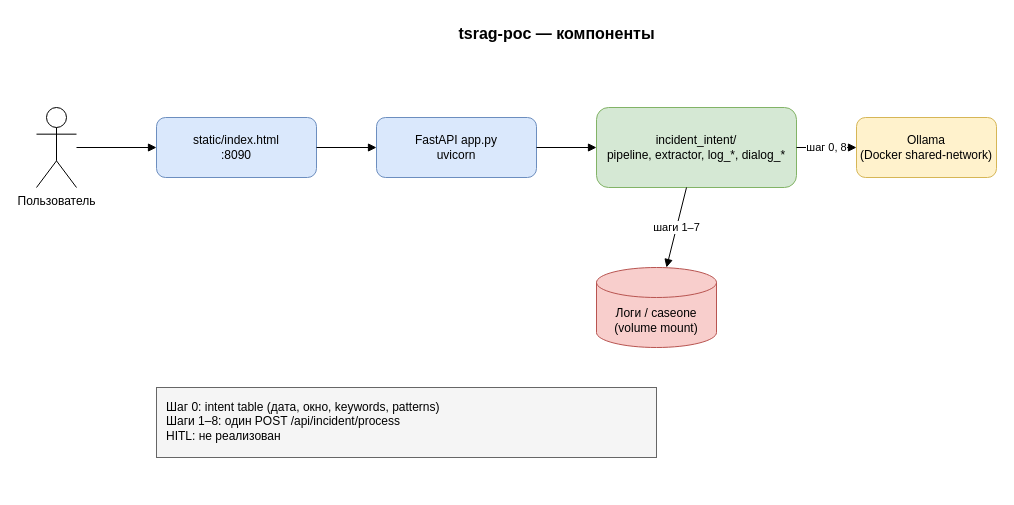
Earlier version of the draw.io diagram page "Обзор архитектуры" (3 of 4) of docs/tsrag-poc-sequence.drawio (pillhunt/tsrag-poc). Source tidied: cells renumbered, new cells numbered last; positions are measured from the earlier drawing's top-left corner, leaving out a move shared by most shapes. Both pictures are drawn from the tidied source at 100%, with x=0, y=0 at pixel (36, 17).
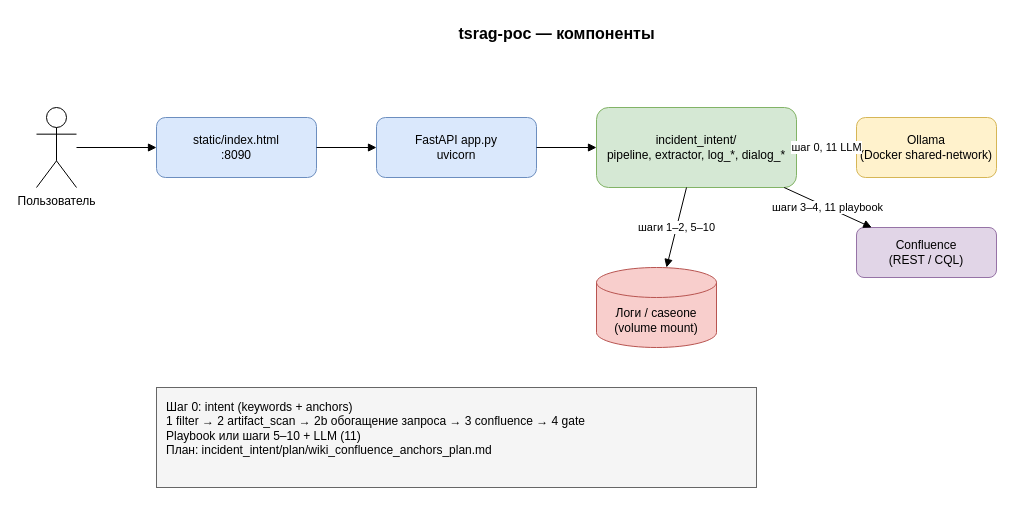
Above is the later version.

What changed in the source:
```diff
@@
 <mxGraphModel>
   <root>
     <mxCell id="0" />
     <mxCell id="1" parent="0" />
     <mxCell id="2" value="tsrag-poc — компоненты" style="text;html=1;strokeColor=none;fillColor=none;align=center;fontStyle=1;fontSize=16;" parent="1" vertex="1">
       <mxGeometry x="320" width="400" height="30" as="geometry" />
     </mxCell>
     <mxCell id="3" value="Пользователь" style="shape=umlActor;verticalLabelPosition=bottom;verticalAlign=top;html=1;" parent="1" vertex="1">
       <mxGeometry y="90" width="40" height="80" as="geometry" />
     </mxCell>
     <mxCell id="4" value="static/index.html&#10;:8090" style="rounded=1;whiteSpace=wrap;html=1;fillColor=#dae8fc;strokeColor=#6c8ebf;" parent="1" vertex="1">
       <mxGeometry x="120" y="100" width="160" height="60" as="geometry" />
     </mxCell>
     <mxCell id="5" value="FastAPI app.py&#10;uvicorn" style="rounded=1;whiteSpace=wrap;html=1;fillColor=#dae8fc;strokeColor=#6c8ebf;" parent="1" vertex="1">
       <mxGeometry x="340" y="100" width="160" height="60" as="geometry" />
     </mxCell>
     <mxCell id="6" value="incident_intent/&#10;pipeline, extractor, log_*, dialog_*" style="rounded=1;whiteSpace=wrap;html=1;fillColor=#d5e8d4;strokeColor=#82b366;" parent="1" vertex="1">
       <mxGeometry x="560" y="90" width="200" height="80" as="geometry" />
     </mxCell>
     <mxCell id="7" value="Ollama&#10;(Docker shared-network)" style="rounded=1;whiteSpace=wrap;html=1;fillColor=#fff2cc;strokeColor=#d6b656;" parent="1" vertex="1">
       <mxGeometry x="820" y="100" width="140" height="60" as="geometry" />
     </mxCell>
+    <mxCell id="15" value="Confluence&#10;(REST / CQL)" style="rounded=1;whiteSpace=wrap;html=1;fillColor=#e1d5e7;strokeColor=#9673a6;" parent="1" vertex="1">
+      <mxGeometry x="820" y="210" width="140" height="50" as="geometry" />
+    </mxCell>
     <mxCell id="8" value="Логи / caseone&#10;(volume mount)" style="shape=cylinder3;whiteSpace=wrap;html=1;boundedLbl=1;backgroundOutline=1;size=15;fillColor=#f8cecc;strokeColor=#b85450;" parent="1" vertex="1">
       <mxGeometry x="560" y="250" width="120" height="80" as="geometry" />
     </mxCell>
     <mxCell id="9" style="endArrow=block;html=1;" parent="1" edge="1" source="3" target="4">
       <mxGeometry relative="1" as="geometry" />
     </mxCell>
     <mxCell id="10" style="endArrow=block;html=1;" parent="1" edge="1" source="4" target="5">
       <mxGeometry relative="1" as="geometry" />
     </mxCell>
     <mxCell id="11" style="endArrow=block;html=1;" parent="1" edge="1" source="5" target="6">
       <mxGeometry relative="1" as="geometry" />
     </mxCell>
-    <mxCell id="12" value="шаг 0, 8" style="endArrow=block;html=1;" parent="1" edge="1" source="6" target="7">
+    <mxCell id="12" value="шаг 0, 11 LLM" style="endArrow=block;html=1;" parent="1" edge="1" source="6" target="7">
       <mxGeometry relative="1" as="geometry" />
     </mxCell>
-    <mxCell id="13" value="шаги 1–7" style="endArrow=block;html=1;" parent="1" edge="1" source="6" target="8">
+    <mxCell id="13" value="шаги 1–2, 5–10" style="endArrow=block;html=1;" parent="1" edge="1" source="6" target="8">
       <mxGeometry relative="1" as="geometry" />
     </mxCell>
+    <mxCell id="16" value="шаги 3–4, 11 playbook" style="endArrow=block;html=1;" parent="1" edge="1" source="6" target="15">
+      <mxGeometry relative="1" as="geometry" />
+    </mxCell>
-    <mxCell id="14" value="Шаг 0: intent table (дата, окно, keywords, patterns)&#10;Шаги 1–8: один POST /api/incident/process&#10;HITL: не реализован" style="text;html=1;strokeColor=#666666;fillColor=#f5f5f5;align=left;verticalAlign=top;spacingLeft=8;spacingTop=6;" parent="1" vertex="1">
-      <mxGeometry x="120" y="370" width="500" height="70" as="geometry" />
+    <mxCell id="14" value="Шаг 0: intent (keywords + anchors)&#10;1 filter → 2 artifact_scan → 2b обогащение запроса → 3 confluence → 4 gate&#10;Playbook или шаги 5–10 + LLM (11)&#10;План: incident_intent/plan/wiki_confluence_anchors_plan.md" style="text;html=1;strokeColor=#666666;fillColor=#f5f5f5;align=left;verticalAlign=top;spacingLeft=8;spacingTop=6;" parent="1" vertex="1">
+      <mxGeometry x="120" y="370" width="600" height="100" as="geometry" />
     </mxCell>
   </root>
 </mxGraphModel>
```
